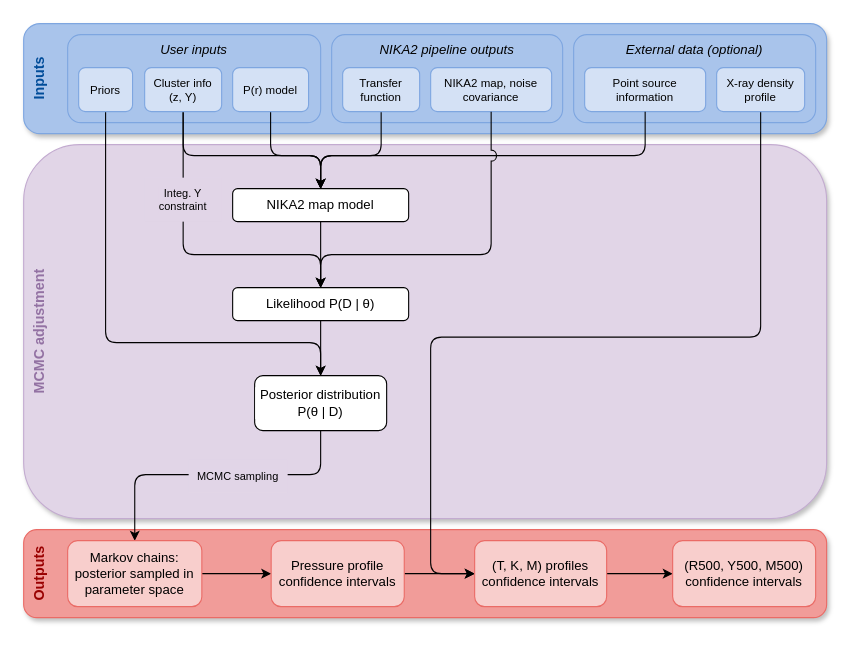
fkeruzore/PhDThesis keeps this draw.io diagram as Figures/Chap_panco/panco2_workflow_nonumbers.drawio. Above is the earlier version. Source tidied: cells renumbered, new cells numbered last; positions are measured from the earlier drawing's top-left corner, leaving out a move shared by most shapes. Both pictures are drawn from the tidied source at 110%, with x=0, y=0 at pixel (23, 23).
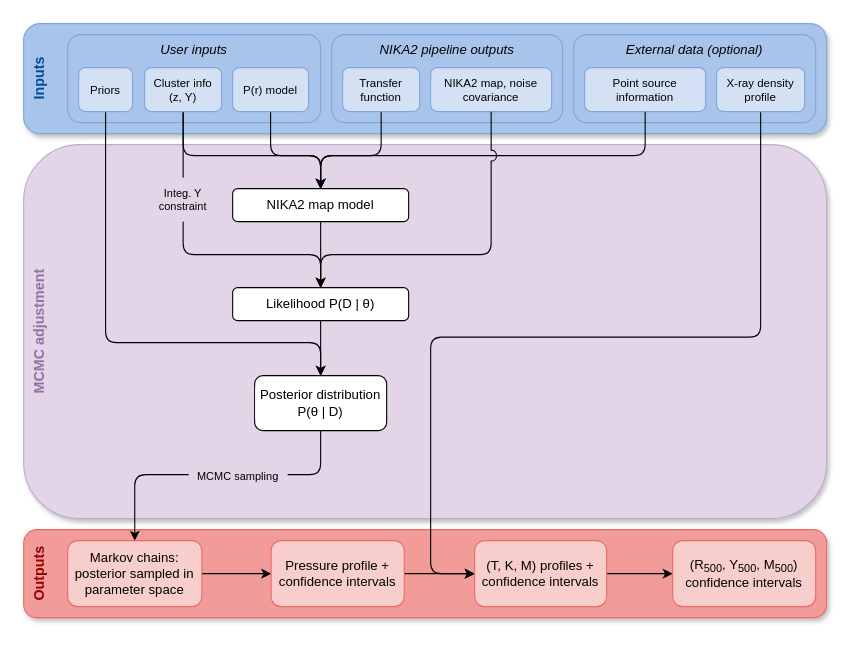
After the change.

The edit, as a diff of the source:
```diff
@@
-    <mxCell id="30" value="Pressure profile confidence intervals" style="whiteSpace=wrap;html=1;rounded=1;fillColor=#f8cecc;strokeColor=#EA6B66;" parent="1" vertex="1">
+    <mxCell id="30" value="Pressure profile + confidence intervals" style="whiteSpace=wrap;html=1;rounded=1;fillColor=#f8cecc;strokeColor=#EA6B66;" parent="1" vertex="1">
       <mxGeometry x="225" y="470" width="121" height="60" as="geometry" />
     </mxCell>
@@
-    <mxCell id="32" value="(T, K, M) profiles confidence intervals" style="whiteSpace=wrap;html=1;rounded=1;fillColor=#f8cecc;strokeColor=#EA6B66;" parent="1" vertex="1">
+    <mxCell id="32" value="(T, K, M) profiles + confidence intervals" style="whiteSpace=wrap;html=1;rounded=1;fillColor=#f8cecc;strokeColor=#EA6B66;" parent="1" vertex="1">
       <mxGeometry x="410" y="470" width="120" height="60" as="geometry" />
     </mxCell>
-    <mxCell id="33" value="(R500, Y500, M500) confidence intervals" style="whiteSpace=wrap;html=1;rounded=1;fillColor=#f8cecc;strokeColor=#EA6B66;" parent="1" vertex="1">
+    <mxCell id="33" value="(R&lt;sub&gt;500&lt;/sub&gt;, Y&lt;sub&gt;500&lt;/sub&gt;, M&lt;sub&gt;500&lt;/sub&gt;) confidence intervals" style="whiteSpace=wrap;html=1;rounded=1;fillColor=#f8cecc;strokeColor=#EA6B66;" parent="1" vertex="1">
       <mxGeometry x="590" y="470" width="130" height="60" as="geometry" />
     </mxCell>
```
